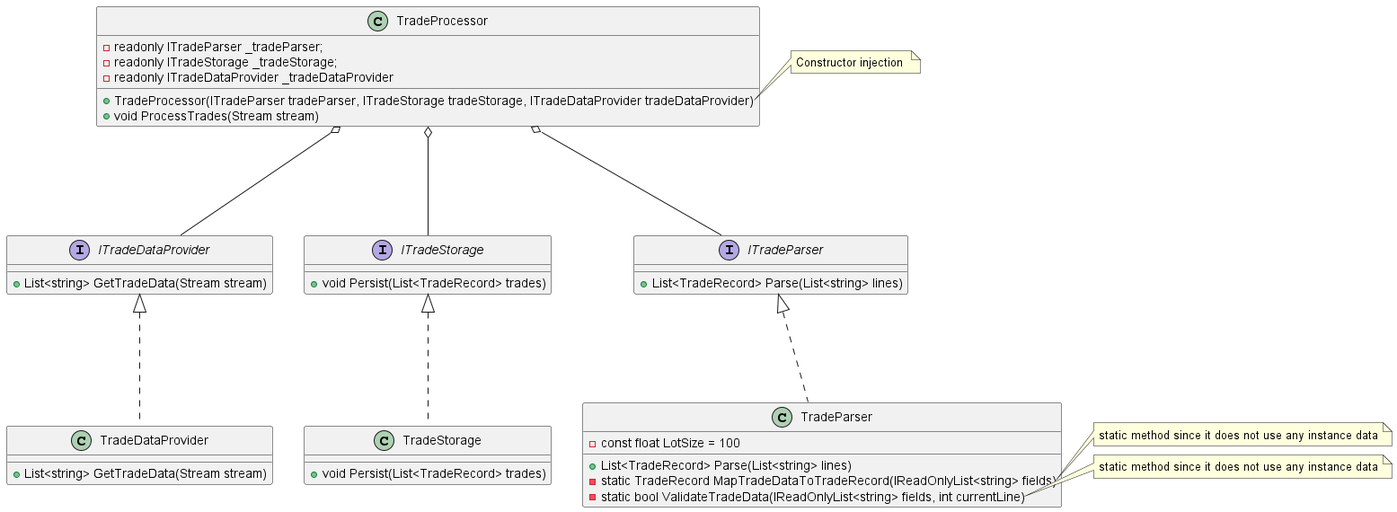
Before: solid-project-1/solid-project-1.png, a diagram exported from PlantUML (Shane-Wilson-class/solid-project-1).
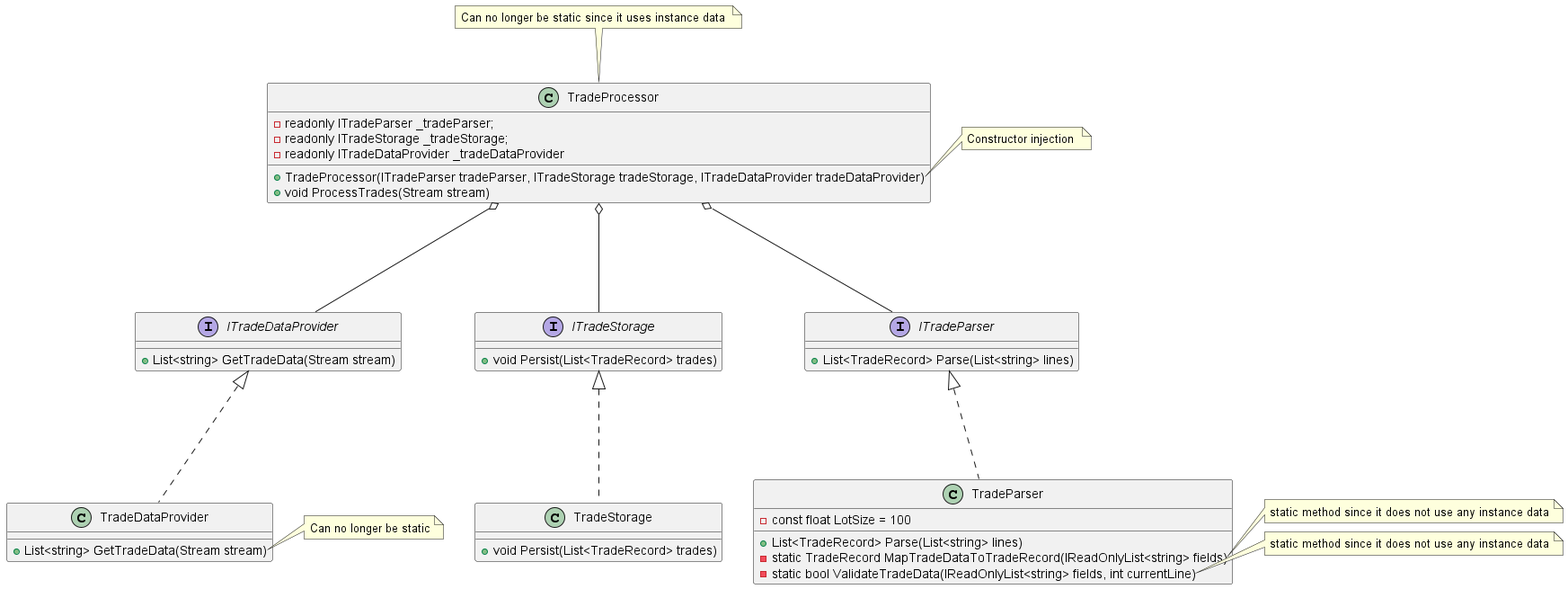
The same diagram one commit later.

Diff of the diagram source:
```diff
@@ -42,6 +42,9 @@
  + void ProcessTrades(Stream stream)
 }
 
+note top of TradeProcessor
+    Can no longer be static since it uses instance data
+end note
 note right of TradeProcessor::TradeProcessor
     Constructor injection
 end note
@@ -54,7 +57,9 @@
 TradeStorage ...up|> ITradeStorage
 TradeDataProvider ...up|> ITradeDataProvider
 
-
+note right of TradeDataProvider::GetTradeData
+    Can no longer be static
+end note
 
 
 
```
